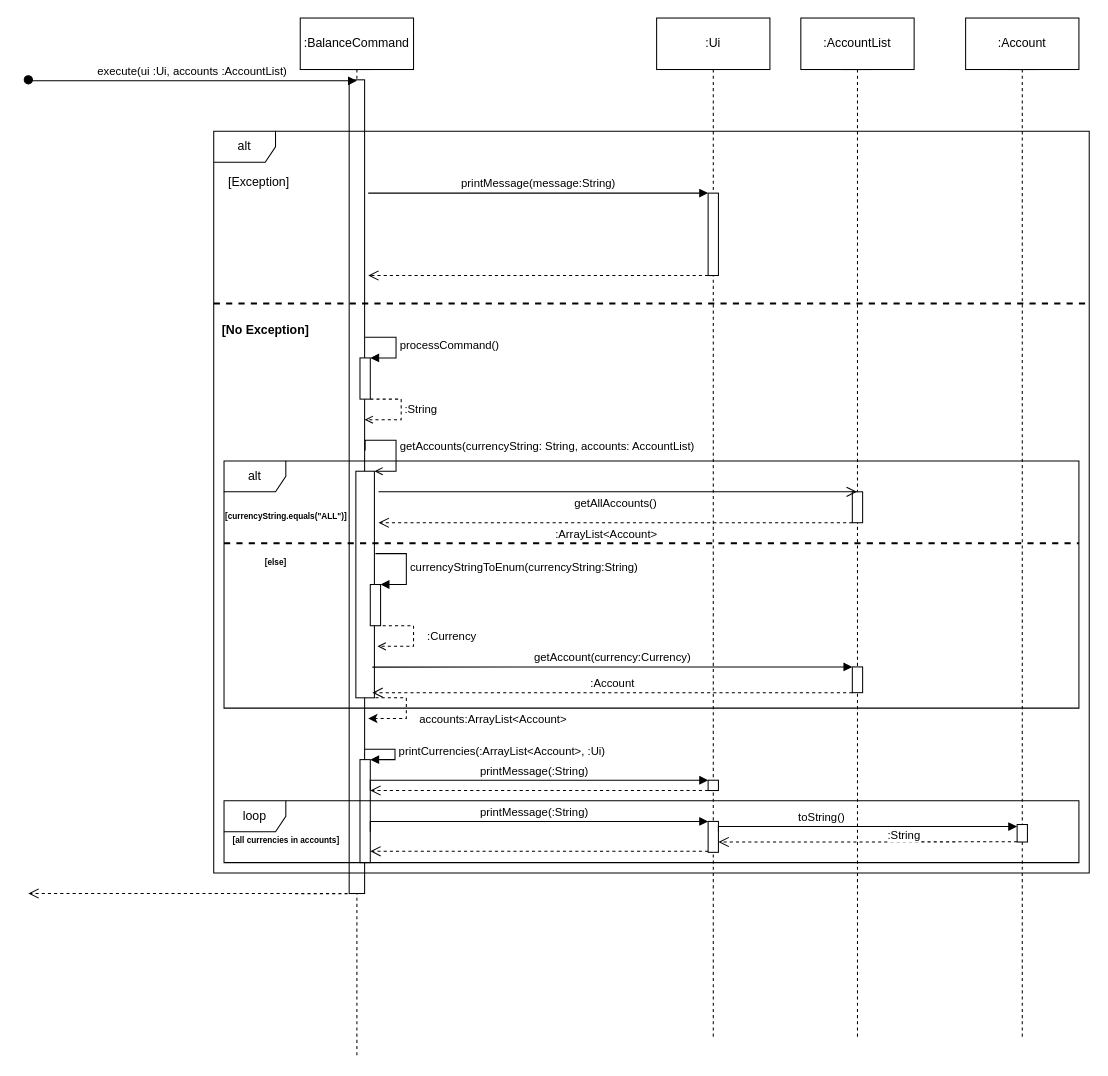
The draw.io diagram docs/diagrams/Balance.drawio in woowenjun99/tp, before the edit. Source tidied: cells renumbered, new cells numbered last; positions are measured from the earlier drawing's top-left corner, leaving out a move shared by most shapes. Both pictures are drawn from the tidied source at 103%, with x=0, y=0 at pixel (28, 18).
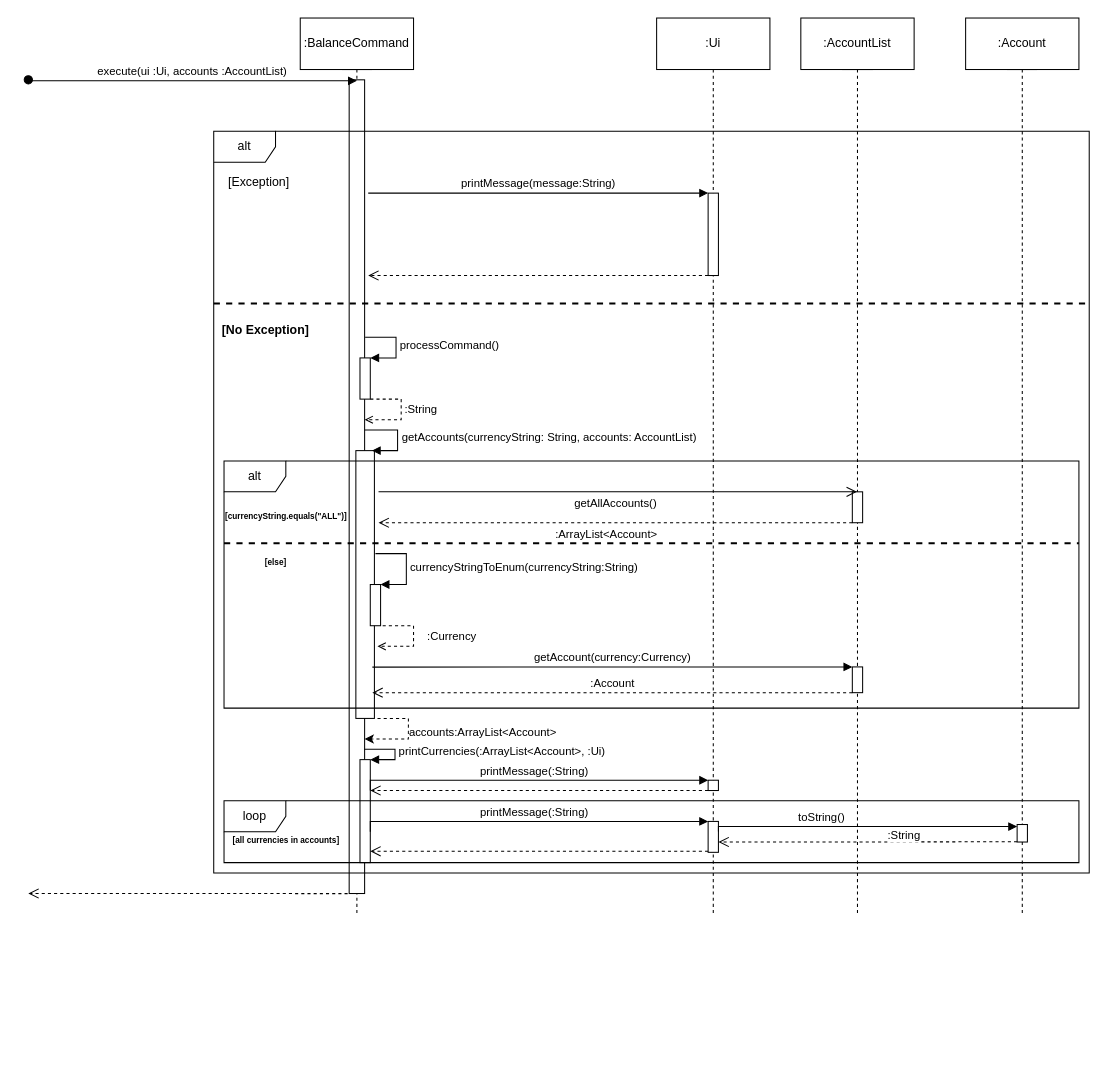
The same page after the edit.

Commit message (it also covers changes not shown here):
Fix Balance Sequence Diagram

The change refers to these unchanged cells:
```xml
<mxCell id="3" style="html=1;points=[];perimeter=orthogonalPerimeter;outlineConnect=0;targetShapes=umlLifeline;portConstraint=eastwest;newEdgeStyle={&quot;edgeStyle&quot;:&quot;elbowEdgeStyle&quot;,&quot;elbow&quot;:&quot;vertical&quot;,&quot;curved&quot;:0,&quot;rounded&quot;:0};" parent="2" vertex="1">
  <mxGeometry x="12.5" y="50" width="15" height="790" as="geometry" />
</mxCell>
<mxCell id="10" value="alt" style="shape=umlFrame;whiteSpace=wrap;html=1;" parent="1" vertex="1">
  <mxGeometry x="180" y="110" width="850" height="720" as="geometry" />
</mxCell>
```

Change to the diagram source:
```diff
@@
     <mxCell id="2" style="shape=umlLifeline;perimeter=lifelinePerimeter;whiteSpace=wrap;html=1;newEdgeStyle={&quot;edgeStyle&quot;:&quot;elbowEdgeStyle&quot;,&quot;elbow&quot;:&quot;vertical&quot;,&quot;curved&quot;:0,&quot;rounded&quot;:0};participant=umlEntity;" parent="1" vertex="1">
-      <mxGeometry x="299" y="10" width="40" height="1000" as="geometry" />
+      <mxGeometry x="299" y="10" width="40" height="860" as="geometry" />
     </mxCell>
@@
     <mxCell id="4" style="html=1;points=[];perimeter=orthogonalPerimeter;outlineConnect=0;targetShapes=umlLifeline;portConstraint=eastwest;newEdgeStyle={&quot;edgeStyle&quot;:&quot;elbowEdgeStyle&quot;,&quot;elbow&quot;:&quot;vertical&quot;,&quot;curved&quot;:0,&quot;rounded&quot;:0};" parent="2" vertex="1">
-      <mxGeometry x="19" y="430" width="18" height="220" as="geometry" />
+      <mxGeometry x="19" y="410" width="18" height="260" as="geometry" />
     </mxCell>
@@
     <mxCell id="8" style="shape=umlLifeline;perimeter=lifelinePerimeter;whiteSpace=wrap;html=1;newEdgeStyle={&quot;edgeStyle&quot;:&quot;elbowEdgeStyle&quot;,&quot;elbow&quot;:&quot;vertical&quot;,&quot;curved&quot;:0,&quot;rounded&quot;:0};participant=umlBoundary;" parent="1" vertex="1">
-      <mxGeometry x="640" y="10" width="50" height="980" as="geometry" />
+      <mxGeometry x="640" y="10" width="50" height="860" as="geometry" />
     </mxCell>
@@
+    <mxCell id="20" value="getAccounts(currencyString: String, accounts: AccountList)" style="html=1;align=left;spacingLeft=2;endArrow=block;rounded=0;edgeStyle=orthogonalEdgeStyle;curved=0;rounded=0;" parent="10" edge="1">
+      <mxGeometry relative="1" as="geometry">
+        <mxPoint x="146.5" y="290" as="sourcePoint" />
+        <mxPoint x="153.5" y="310" as="targetPoint" />
+        <Array as="points">
+          <mxPoint x="178.5" y="290" />
+          <mxPoint x="178.5" y="310" />
+        </Array>
+      </mxGeometry>
+    </mxCell>
@@
-    <mxCell id="20" value="getAccounts(currencyString: String, accounts: AccountList)" style="html=1;align=left;spacingLeft=2;endArrow=open;rounded=0;edgeStyle=orthogonalEdgeStyle;curved=0;rounded=0;endFill=0;" parent="1" edge="1" target="4">
-      <mxGeometry relative="1" as="geometry">
-        <mxPoint x="327" y="420" as="sourcePoint" />
-        <Array as="points">
-          <mxPoint x="327" y="410" />
-          <mxPoint x="357" y="410" />
-          <mxPoint x="357" y="440" />
-        </Array>
-      </mxGeometry>
-    </mxCell>
     <mxCell id="21" style="shape=umlLifeline;perimeter=lifelinePerimeter;whiteSpace=wrap;html=1;outlineConnect=0;portConstraint=eastwest;newEdgeStyle={&quot;edgeStyle&quot;:&quot;elbowEdgeStyle&quot;,&quot;elbow&quot;:&quot;vertical&quot;,&quot;curved&quot;:0,&quot;rounded&quot;:0};participant=umlEntity;" parent="1" vertex="1">
-      <mxGeometry x="785" y="10" width="40" height="980" as="geometry" />
+      <mxGeometry x="785" y="10" width="40" height="860" as="geometry" />
     </mxCell>
@@
-    <mxCell id="34" style="html=1;align=left;spacingLeft=2;endArrow=classic;rounded=0;edgeStyle=orthogonalEdgeStyle;curved=0;rounded=0;dashed=1;endFill=1;" parent="1" edge="1">
+    <mxCell id="34" style="html=1;align=left;spacingLeft=2;endArrow=classic;rounded=0;edgeStyle=orthogonalEdgeStyle;curved=0;rounded=0;dashed=1;endFill=1;" parent="1" edge="1" target="3">
       <mxGeometry relative="1" as="geometry">
-        <mxPoint x="337" y="660" as="sourcePoint" />
-        <mxPoint x="330" y="680" as="targetPoint" />
+        <mxPoint x="339" y="680" as="sourcePoint" />
         <Array as="points">
-          <mxPoint x="367" y="660" />
-          <mxPoint x="367" y="680" />
+          <mxPoint x="369" y="680" />
+          <mxPoint x="369" y="700" />
         </Array>
       </mxGeometry>
     </mxCell>
     <mxCell id="35" value="accounts:ArrayList&amp;lt;Account&amp;gt;" style="edgeLabel;html=1;align=center;verticalAlign=middle;" parent="34" vertex="1">
       <mxGeometry x="-0.08" y="-1" relative="1" as="geometry">
-        <mxPoint x="84" y="10" as="offset" />
+        <mxPoint x="72" as="offset" />
       </mxGeometry>
     </mxCell>
@@
     <mxCell id="51" style="shape=umlLifeline;perimeter=lifelinePerimeter;whiteSpace=wrap;html=1;newEdgeStyle={&quot;edgeStyle&quot;:&quot;elbowEdgeStyle&quot;,&quot;elbow&quot;:&quot;vertical&quot;,&quot;curved&quot;:0,&quot;rounded&quot;:0};participant=umlEntity;" parent="1" vertex="1">
-      <mxGeometry x="945" y="10" width="40" height="980" as="geometry" />
+      <mxGeometry x="945" y="10" width="40" height="860" as="geometry" />
     </mxCell>
```
